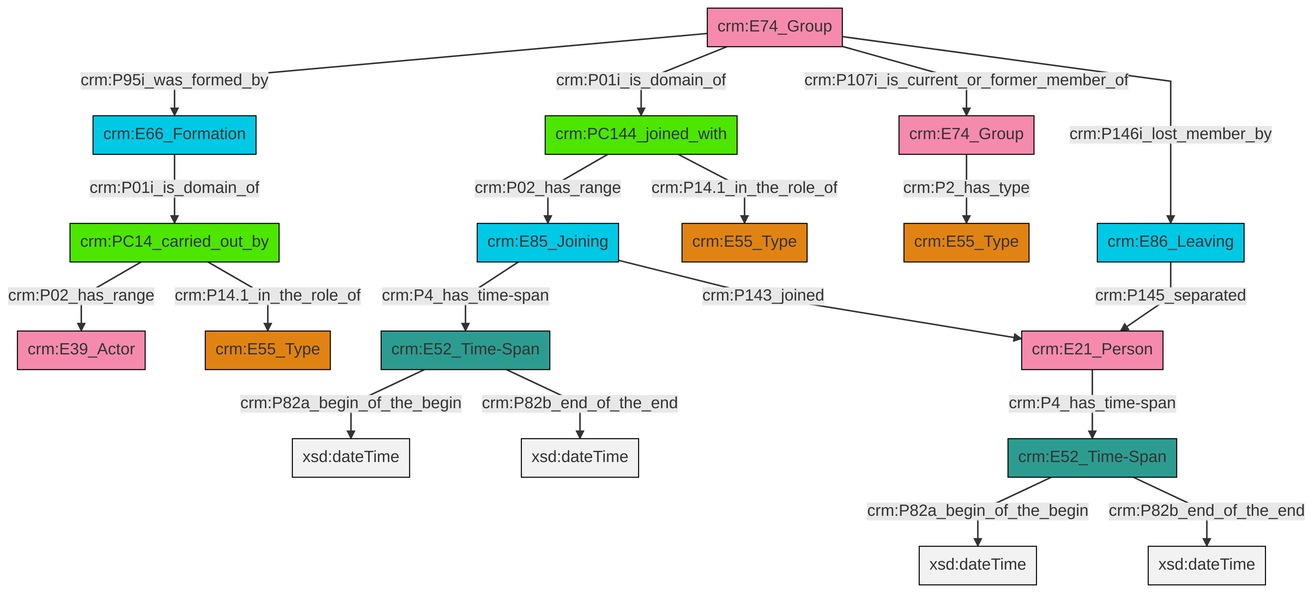
swiss-art-research-net/reference-data-models keeps this Mermaid diagram as et/groupCSV/ttl/mmd/png/group_actor_relations.png. Above is the earlier version. Its source is kept beside it as et/groupCSV/ttl/mmd/group_actor_relations.ttl.mmd.
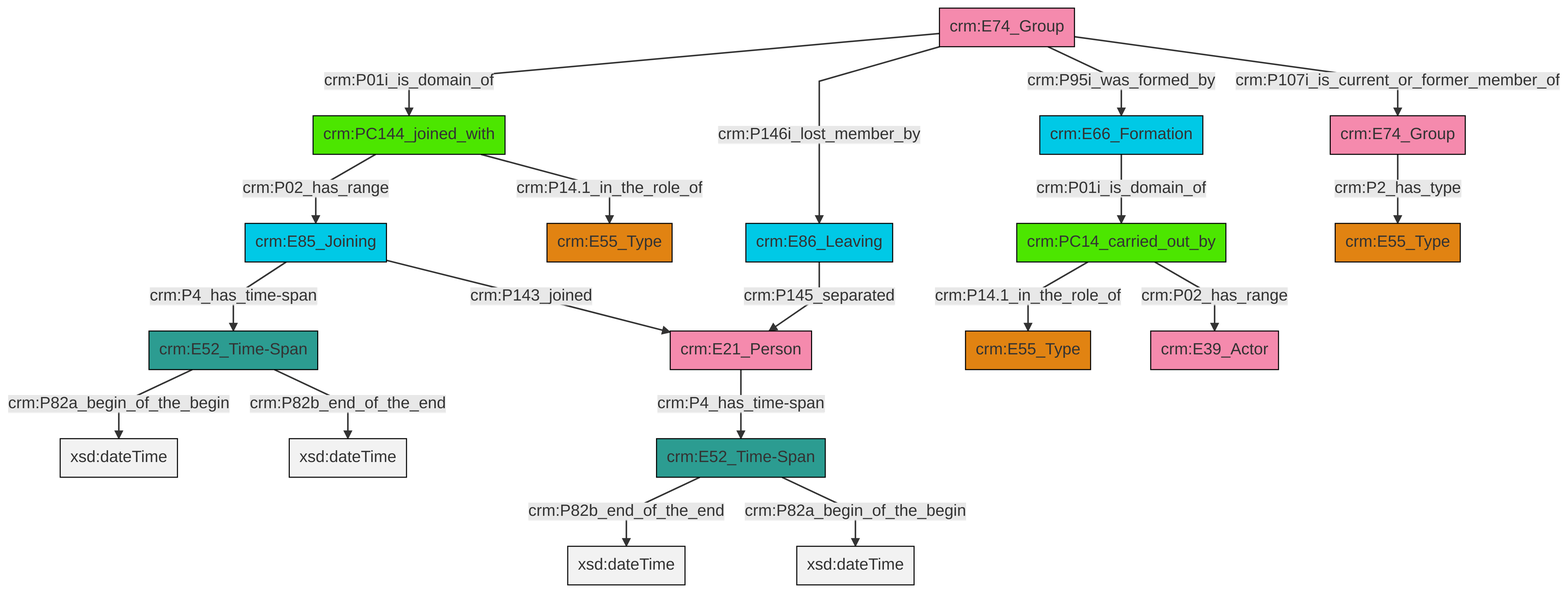
Later version of the same file.

Diff of the diagram source:
```diff
@@ -13,21 +13,21 @@
 classDef PC_Classes fill:#4ce600, stroke:#000000;
 classDef Multi fill:#cccccc,stroke:#000000;
 
-4["crm:E66_Formation"]:::Temporal_Entity -->|crm:P01i_is_domain_of| 5["crm:PC14_carried_out_by"]:::PC_Classes
-5["crm:PC14_carried_out_by"]:::PC_Classes -->|crm:P02_has_range| 6["crm:E39_Actor"]:::Actor
-7["crm:E21_Person"]:::Actor -->|crm:P4_has_time-span| 0["crm:E52_Time-Span"]:::Time-Span
-15["crm:PC144_joined_with"]:::PC_Classes -->|crm:P02_has_range| 12["crm:E85_Joining"]:::Temporal_Entity
-0["crm:E52_Time-Span"]:::Time-Span -->|crm:P82a_begin_of_the_begin| 16[xsd:dateTime]:::Literal
-12["crm:E85_Joining"]:::Temporal_Entity -->|crm:P4_has_time-span| 20["crm:E52_Time-Span"]:::Time-Span
-5["crm:PC14_carried_out_by"]:::PC_Classes -->|crm:P14.1_in_the_role_of| 21["crm:E55_Type"]:::Type
-17["crm:E86_Leaving"]:::Temporal_Entity -->|crm:P145_separated| 7["crm:E21_Person"]:::Actor
-15["crm:PC144_joined_with"]:::PC_Classes -->|crm:P14.1_in_the_role_of| 8["crm:E55_Type"]:::Type
-10["crm:E74_Group"]:::Actor -->|crm:P95i_was_formed_by| 4["crm:E66_Formation"]:::Temporal_Entity
-20["crm:E52_Time-Span"]:::Time-Span -->|crm:P82a_begin_of_the_begin| 28[xsd:dateTime]:::Literal
-12["crm:E85_Joining"]:::Temporal_Entity -->|crm:P143_joined| 7["crm:E21_Person"]:::Actor
-10["crm:E74_Group"]:::Actor -->|crm:P01i_is_domain_of| 15["crm:PC144_joined_with"]:::PC_Classes
-10["crm:E74_Group"]:::Actor -->|crm:P107i_is_current_or_former_member_of| 26["crm:E74_Group"]:::Actor
-20["crm:E52_Time-Span"]:::Time-Span -->|crm:P82b_end_of_the_end| 30[xsd:dateTime]:::Literal
-10["crm:E74_Group"]:::Actor -->|crm:P146i_lost_member_by| 17["crm:E86_Leaving"]:::Temporal_Entity
-26["crm:E74_Group"]:::Actor -->|crm:P2_has_type| 2["crm:E55_Type"]:::Type
-0["crm:E52_Time-Span"]:::Time-Span -->|crm:P82b_end_of_the_end| 34[xsd:dateTime]:::Literal
+0["crm:E74_Group"]:::Actor -->|crm:P2_has_type| 1["crm:E55_Type"]:::Type
+4["crm:E74_Group"]:::Actor -->|crm:P01i_is_domain_of| 5["crm:PC144_joined_with"]:::PC_Classes
+6["crm:E52_Time-Span"]:::Time-Span -->|crm:P82a_begin_of_the_begin| 7[xsd:dateTime]:::Literal
+2["crm:PC14_carried_out_by"]:::PC_Classes -->|crm:P14.1_in_the_role_of| 8["crm:E55_Type"]:::Type
+4["crm:E74_Group"]:::Actor -->|crm:P146i_lost_member_by| 9["crm:E86_Leaving"]:::Temporal_Entity
+4["crm:E74_Group"]:::Actor -->|crm:P95i_was_formed_by| 11["crm:E66_Formation"]:::Temporal_Entity
+14["crm:E21_Person"]:::Actor -->|crm:P4_has_time-span| 16["crm:E52_Time-Span"]:::Time-Span
+17["crm:E85_Joining"]:::Temporal_Entity -->|crm:P4_has_time-span| 6["crm:E52_Time-Span"]:::Time-Span
+11["crm:E66_Formation"]:::Temporal_Entity -->|crm:P01i_is_domain_of| 2["crm:PC14_carried_out_by"]:::PC_Classes
+9["crm:E86_Leaving"]:::Temporal_Entity -->|crm:P145_separated| 14["crm:E21_Person"]:::Actor
+17["crm:E85_Joining"]:::Temporal_Entity -->|crm:P143_joined| 14["crm:E21_Person"]:::Actor
+5["crm:PC144_joined_with"]:::PC_Classes -->|crm:P02_has_range| 17["crm:E85_Joining"]:::Temporal_Entity
+4["crm:E74_Group"]:::Actor -->|crm:P107i_is_current_or_former_member_of| 0["crm:E74_Group"]:::Actor
+6["crm:E52_Time-Span"]:::Time-Span -->|crm:P82b_end_of_the_end| 26[xsd:dateTime]:::Literal
+16["crm:E52_Time-Span"]:::Time-Span -->|crm:P82b_end_of_the_end| 28[xsd:dateTime]:::Literal
+5["crm:PC144_joined_with"]:::PC_Classes -->|crm:P14.1_in_the_role_of| 22["crm:E55_Type"]:::Type
+16["crm:E52_Time-Span"]:::Time-Span -->|crm:P82a_begin_of_the_begin| 31[xsd:dateTime]:::Literal
+2["crm:PC14_carried_out_by"]:::PC_Classes -->|crm:P02_has_range| 33["crm:E39_Actor"]:::Actor
```
